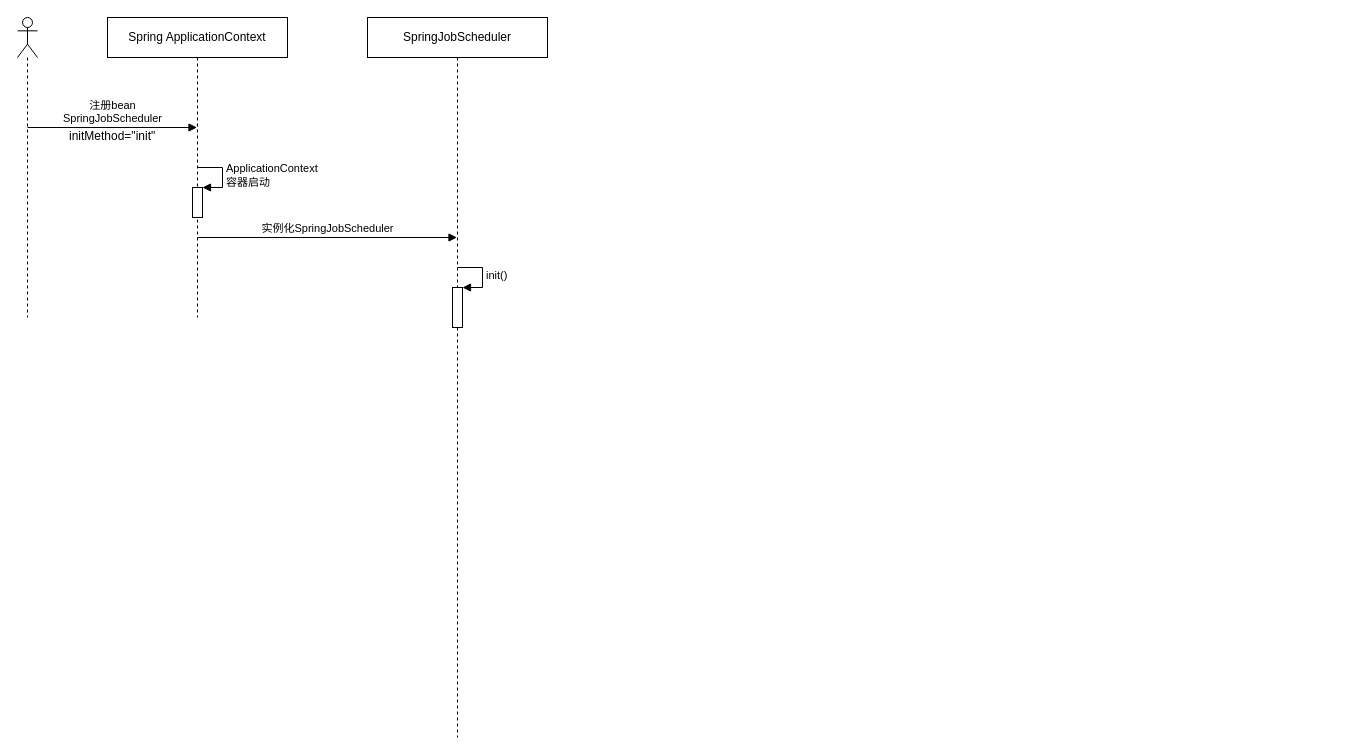
This is Elastic-Job/Elastic-Job-SpringJobScheduler.drawio from llrrbaba/BlogList, a draw.io file, before an edit. Source tidied: cells renumbered, new cells numbered last; positions are measured from the earlier drawing's top-left corner, leaving out a move shared by most shapes. Both pictures are drawn from the tidied source at 100%, with x=0, y=0 at pixel (17, 17).
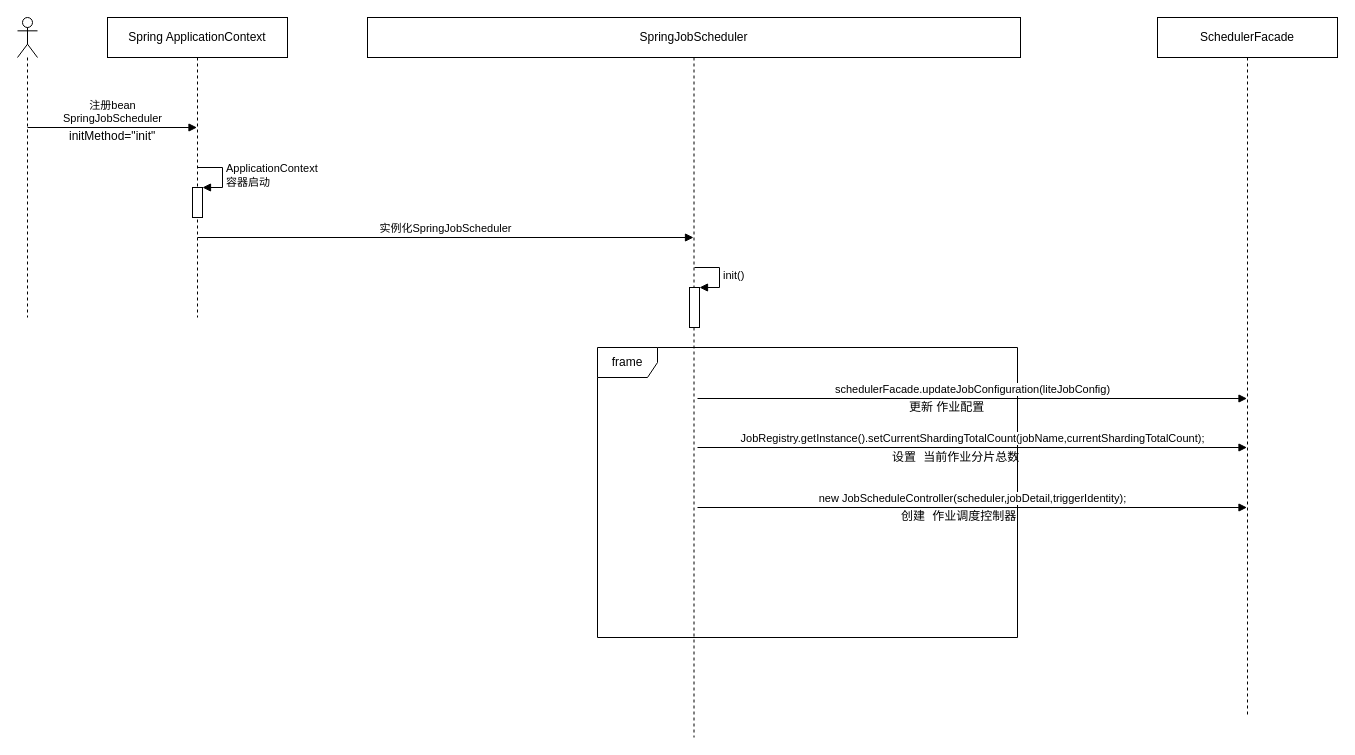
Above is the later version.

What changed in the source:
```diff
@@
     <mxCell id="8" value="SpringJobScheduler" style="shape=umlLifeline;perimeter=lifelinePerimeter;whiteSpace=wrap;html=1;outlineConnect=0;" parent="1" vertex="1">
-      <mxGeometry x="350" width="180" height="720" as="geometry" />
+      <mxGeometry x="350" width="653" height="720" as="geometry" />
     </mxCell>
     <mxCell id="9" style="html=1;points=[];perimeter=orthogonalPerimeter;" parent="8" vertex="1">
-      <mxGeometry x="85" y="270" width="10" height="40" as="geometry" />
+      <mxGeometry x="322" y="270" width="10" height="40" as="geometry" />
     </mxCell>
     <mxCell id="10" value="init()" style="edgeStyle=orthogonalEdgeStyle;html=1;align=left;spacingLeft=2;endArrow=block;rounded=0;entryX=1;entryY=0;" parent="8" edge="1" target="9">
       <mxGeometry relative="1" as="geometry">
-        <mxPoint x="90" y="250" as="sourcePoint" />
+        <mxPoint x="327" y="250" as="sourcePoint" />
         <Array as="points">
-          <mxPoint x="115" y="250" />
+          <mxPoint x="352" y="250" />
         </Array>
       </mxGeometry>
     </mxCell>
+    <mxCell id="12" value="frame" style="shape=umlFrame;whiteSpace=wrap;html=1;" parent="8" vertex="1">
+      <mxGeometry x="230" y="330" width="420" height="290" as="geometry" />
+    </mxCell>
+    <mxCell id="13" value="schedulerFacade.updateJobConfiguration(liteJobConfig)" style="html=1;verticalAlign=bottom;endArrow=block;" parent="8" edge="1">
+      <mxGeometry relative="1" as="geometry">
+        <mxPoint x="330" y="381" as="sourcePoint" />
+        <mxPoint x="879.5" y="381" as="targetPoint" />
+      </mxGeometry>
+    </mxCell>
+    <mxCell id="14" value="更新 作业配置" style="text;html=1;align=left;verticalAlign=top;spacingTop=-4;" parent="8" vertex="1">
+      <mxGeometry x="540" y="380" width="90" height="20" as="geometry" />
+    </mxCell>
+    <mxCell id="15" value="JobRegistry.getInstance().setCurrentShardingTotalCount(&lt;span&gt;jobName&lt;/span&gt;,&lt;span&gt;currentShardingTotalCount&lt;/span&gt;);&lt;br&gt;" style="html=1;verticalAlign=bottom;endArrow=block;" parent="8" edge="1" target="19">
+      <mxGeometry relative="1" as="geometry">
+        <mxPoint x="330" y="430" as="sourcePoint" />
+      </mxGeometry>
+    </mxCell>
+    <mxCell id="16" value="&lt;pre&gt;&lt;span&gt;&lt;span&gt;设置 当前作业分片总数&lt;/span&gt;&lt;/span&gt;&lt;/pre&gt;" style="text;html=1;align=left;verticalAlign=top;spacingTop=-4;" parent="8" vertex="1">
+      <mxGeometry x="523" y="419" width="140" height="40" as="geometry" />
+    </mxCell>
+    <mxCell id="17" value="&lt;div&gt;&lt;span&gt;new JobScheduleController(&lt;/span&gt;&lt;span&gt;scheduler,&lt;/span&gt;&lt;span&gt;jobDetail,&lt;/span&gt;&lt;span&gt;triggerIdentity&lt;/span&gt;);&lt;/div&gt;" style="html=1;verticalAlign=bottom;endArrow=block;" parent="8" edge="1" target="19">
+      <mxGeometry relative="1" as="geometry">
+        <mxPoint x="330" y="490" as="sourcePoint" />
+      </mxGeometry>
+    </mxCell>
+    <mxCell id="18" value="&lt;pre&gt;&lt;span&gt;&lt;span&gt;创建 作业调度控制器&lt;/span&gt;&lt;/span&gt;&lt;/pre&gt;" style="text;html=1;align=left;verticalAlign=top;spacingTop=-4;" parent="8" vertex="1">
+      <mxGeometry x="532" y="478" width="130" height="40" as="geometry" />
+    </mxCell>
@@
+    <mxCell id="19" value="SchedulerFacade" style="shape=umlLifeline;perimeter=lifelinePerimeter;whiteSpace=wrap;html=1;outlineConnect=0;" parent="1" vertex="1">
+      <mxGeometry x="1140" width="180" height="700" as="geometry" />
+    </mxCell>
```
